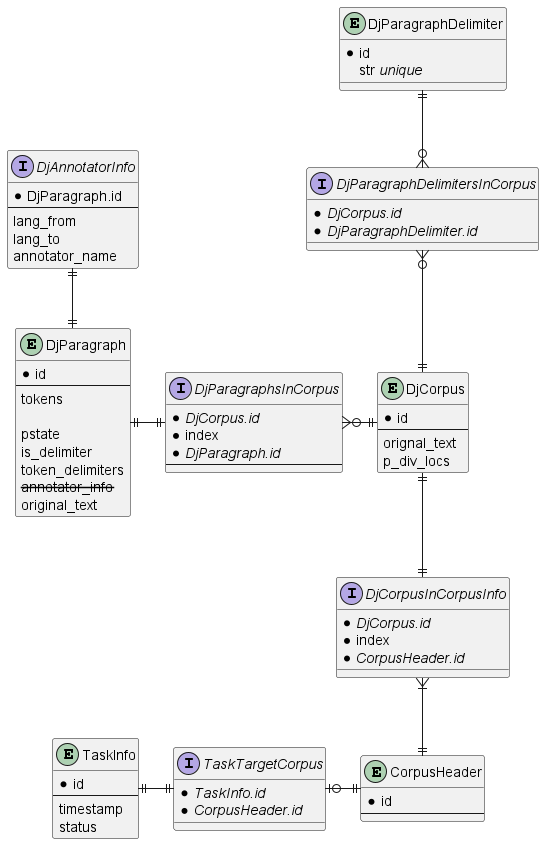
Before: docs/design/images/er_dj_serializables.png, a diagram exported from PlantUML (parkchamchi/GlossySnake).
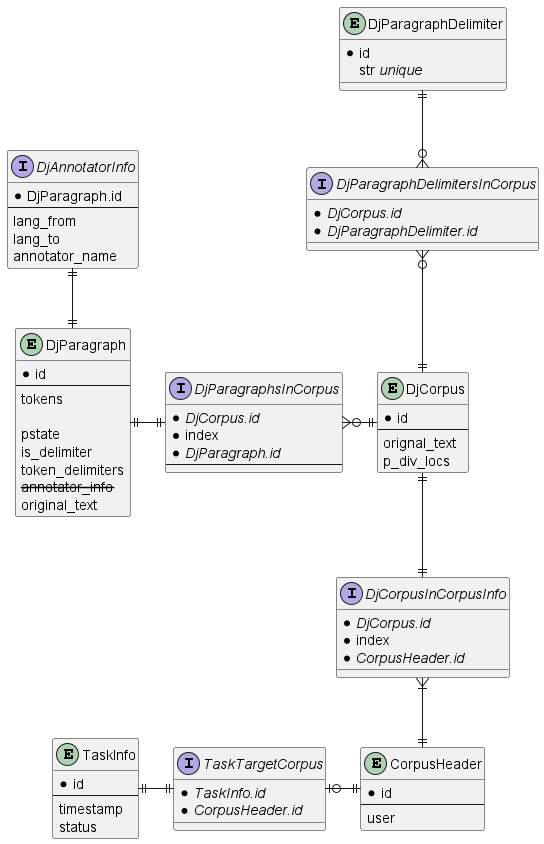
After the change.

Commit message:
backend: only returning corpuslist of the user

What changed in the source:
```diff
@@ -52,6 +52,7 @@
 entity CorpusHeader {
 	* id
 	---
+	user
 }
 
 interface DjCorpusInCorpusInfo {
```
